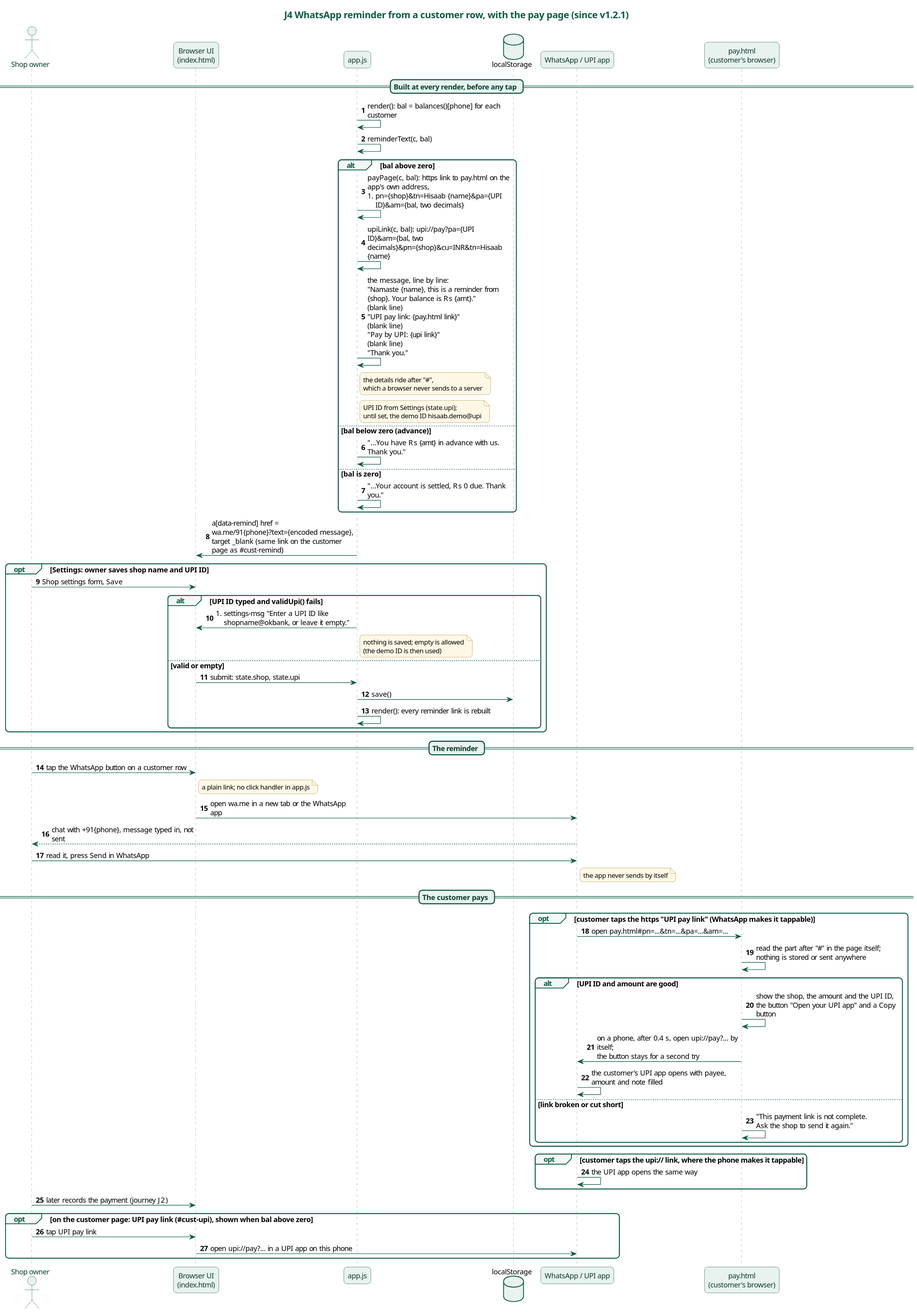
The PlantUML diagram docs/diagrams/j4-whatsapp-reminder.svg in karwasanjay007/hisaab-docs, before a commit.
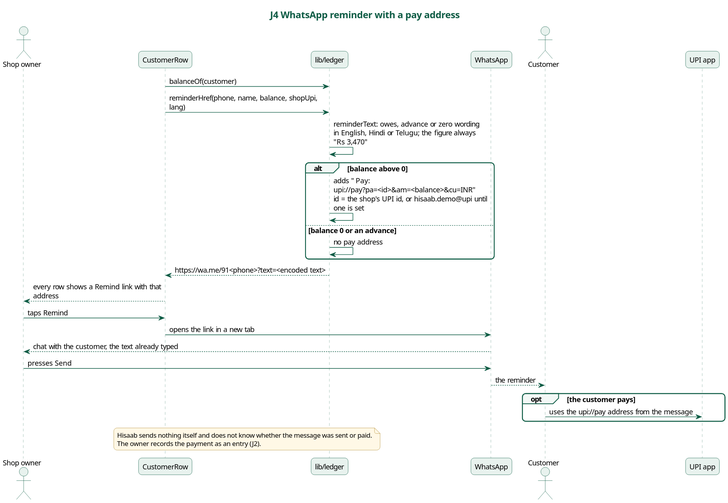
The same diagram one commit later.

What changed in the source:
```diff
@@ -1,36 +1,23 @@
 @startuml
-title J4 WhatsApp reminder from a customer row, with the pay page (since v1.2.1)
+title J4 WhatsApp reminder with a pay address
 skinparam backgroundColor white
 skinparam defaultFontName "Noto Sans"
 skinparam defaultFontSize 13
 skinparam roundCorner 12
 skinparam shadowing false
-skinparam maxMessageSize 260
+skinparam maxMessageSize 280
 skinparam titleFontSize 17
 skinparam titleFontColor #0E5C45
 skinparam sequenceMessageAlign left
-skinparam responseMessageBelowArrow true
 skinparam sequence {
   ArrowColor #0E5C45
   LifeLineBorderColor #7FA89A
-  LifeLineBackgroundColor #E8F2EE
   ParticipantBorderColor #0E5C45
   ParticipantBackgroundColor #E8F2EE
-  ParticipantFontColor #0B3D2E
   ActorBorderColor #0E5C45
   ActorBackgroundColor #E8F2EE
-  ActorFontColor #0B3D2E
   GroupBorderColor #0E5C45
-  GroupHeaderFontColor #0E5C45
   GroupBackgroundColor #F3F8F6
-  DividerBorderColor #0E5C45
-  DividerBackgroundColor #E8F2EE
-  DividerFontColor #0B3D2E
-  BoxBorderColor #0E5C45
-}
-skinparam database {
-  BorderColor #0E5C45
-  BackgroundColor #E8F2EE
 }
 skinparam note {
   BorderColor #B08A2E
@@ -38,63 +25,32 @@
   FontSize 12
 }
 actor "Shop owner" as Owner
-participant "Browser UI\n(index.html)" as UI
-participant "app.js" as App
-database "localStorage" as LS
-participant "WhatsApp / UPI app" as WA
-participant "pay.html\n(customer's browser)" as Pay
-autonumber
-== Built at every render, before any tap ==
-App -> App : render(): bal = balances()[phone] for each customer
-App -> App : reminderText(c, bal)
-alt bal above zero
-  App -> App : payPage(c, bal): https link to pay.html on the app's own address,\n#pn={shop}&tn=Hisaab {name}&pa={UPI ID}&am={bal, two decimals}
-  App -> App : upiLink(c, bal): upi:~//pay?pa={UPI ID}&am={bal, two decimals}&pn={shop}&cu=INR&tn=Hisaab {name}
-  App -> App : the message, line by line:\n"Namaste {name}, this is a reminder from {shop}. Your balance is Rs {amt}."\n(blank line)\n"UPI pay link: {pay.html link}"\n(blank line)\n"Pay by UPI: {upi link}"\n(blank line)\n"Thank you."
-  note right of App : the details ride after "#",\nwhich a browser never sends to a server
-  note right of App : UPI ID from Settings (state.upi);\nuntil set, the demo ID hisaab.demo@upi
-else bal below zero (advance)
-  App -> App : "...You have Rs {amt} in advance with us. Thank you."
-else bal is zero
-  App -> App : "...Your account is settled, Rs 0 due. Thank you."
+participant "CustomerRow" as Row
+participant "lib/ledger" as Ledger
+participant "WhatsApp" as WA
+actor "Customer" as Cust
+participant "UPI app" as UPI
+
+Row -> Ledger : balanceOf(customer)
+Row -> Ledger : reminderHref(phone, name, balance, shopUpi, lang)
+Ledger -> Ledger : reminderText: owes, advance or zero wording\nin English, Hindi or Telugu; the figure always "Rs 3,470"
+alt balance above 0
+  Ledger -> Ledger : adds " Pay: upi://pay?pa=<id>&am=<balance>&cu=INR"\nid = the shop's UPI id, or hisaab.demo@upi until one is set
+else balance 0 or an advance
+  Ledger -> Ledger : no pay address
 end
-App -> UI : a[data-remind] href = wa.me/91{phone}?text={encoded message},\ntarget _blank (same link on the customer page as #cust-remind)
-opt Settings: owner saves shop name and UPI ID
-  Owner -> UI : Shop settings form, Save
-  alt UPI ID typed and validUpi() fails
-    App -> UI : #settings-msg "Enter a UPI ID like shopname@okbank, or leave it empty."
-    note right of App : nothing is saved; empty is allowed\n(the demo ID is then used)
-  else valid or empty
-    UI -> App : submit: state.shop, state.upi
-    App -> LS : save()
-    App -> App : render(): every reminder link is rebuilt
-  end
+Ledger --> Row : https://wa.me/91<phone>?text=<encoded text>
+Row --> Owner : every row shows a Remind link with that address
+Owner -> Row : taps Remind
+Row -> WA : opens the link in a new tab
+WA --> Owner : chat with the customer, the text already typed
+Owner -> WA : presses Send
+WA --> Cust : the reminder
+opt the customer pays
+  Cust -> UPI : uses the upi://pay address from the message
 end
-== The reminder ==
-Owner -> UI : tap the WhatsApp button on a customer row
-note right of UI : a plain link; no click handler in app.js
-UI -> WA : open wa.me in a new tab or the WhatsApp app
-WA --> Owner : chat with +91{phone}, message typed in, not sent
-Owner -> WA : read it, press Send in WhatsApp
-note right of WA : the app never sends by itself
-== The customer pays ==
-opt customer taps the https "UPI pay link" (WhatsApp makes it tappable)
-  WA -> Pay : open pay.html#pn=...&tn=...&pa=...&am=...
-  Pay -> Pay : read the part after "#" in the page itself;\nnothing is stored or sent anywhere
-  alt UPI ID and amount are good
-    Pay -> Pay : show the shop, the amount and the UPI ID,\nthe button "Open your UPI app" and a Copy button
-    Pay -> WA : on a phone, after 0.4 s, open upi:~//pay?... by itself;\nthe button stays for a second try
-    WA -> WA : the customer's UPI app opens with payee, amount and note filled
-  else link broken or cut short
-    Pay -> Pay : "This payment link is not complete.\nAsk the shop to send it again."
-  end
-end
-opt customer taps the upi:~// link, where the phone makes it tappable
-  WA -> WA : the UPI app opens the same way
-end
-Owner -> UI : later records the payment (journey J2)
-opt on the customer page: UPI pay link (#cust-upi), shown when bal above zero
-  Owner -> UI : tap UPI pay link
-  UI -> WA : open upi:~//pay?... in a UPI app on this phone
-end
+note over Row, Ledger
+  Hisaab sends nothing itself and does not know whether the message was sent or paid.
+  The owner records the payment as an entry (J2).
+end note
 @enduml
```
